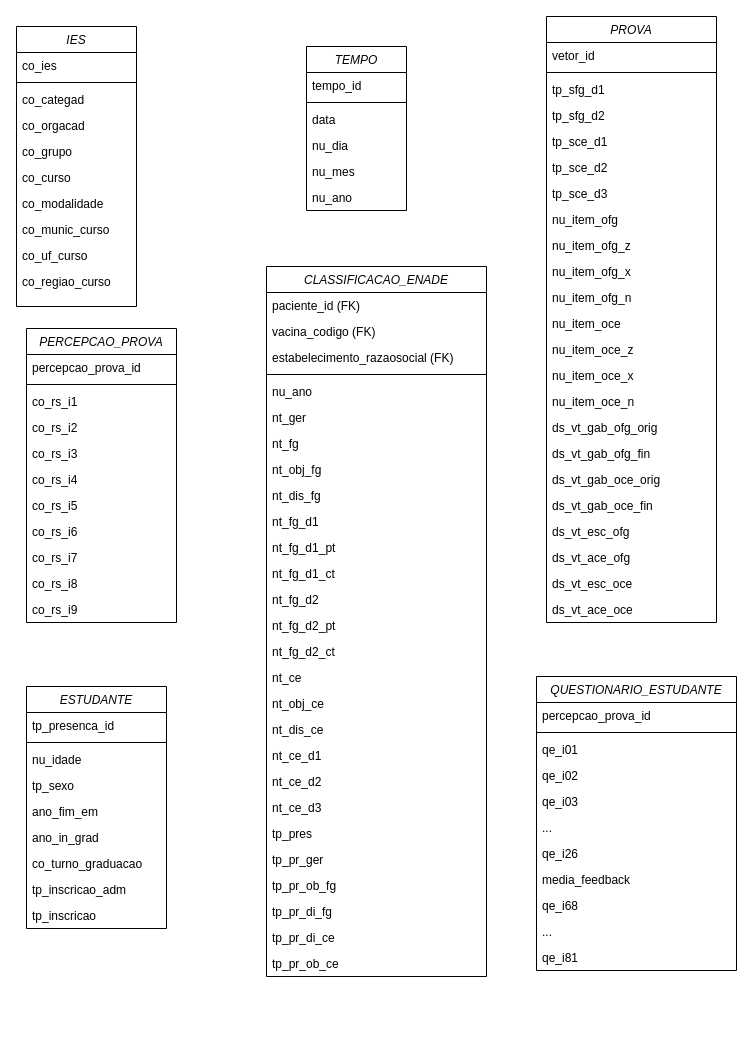
The draw.io diagram arthur_modelo_individual.drawio in troclaux/dw-trabalho-final-individual, before the edit. Source tidied: cells renumbered, new cells numbered last; positions are measured from the earlier drawing's top-left corner, leaving out a move shared by most shapes. Both pictures are drawn from the tidied source at 100%, with x=0, y=0 at pixel (16, 16).
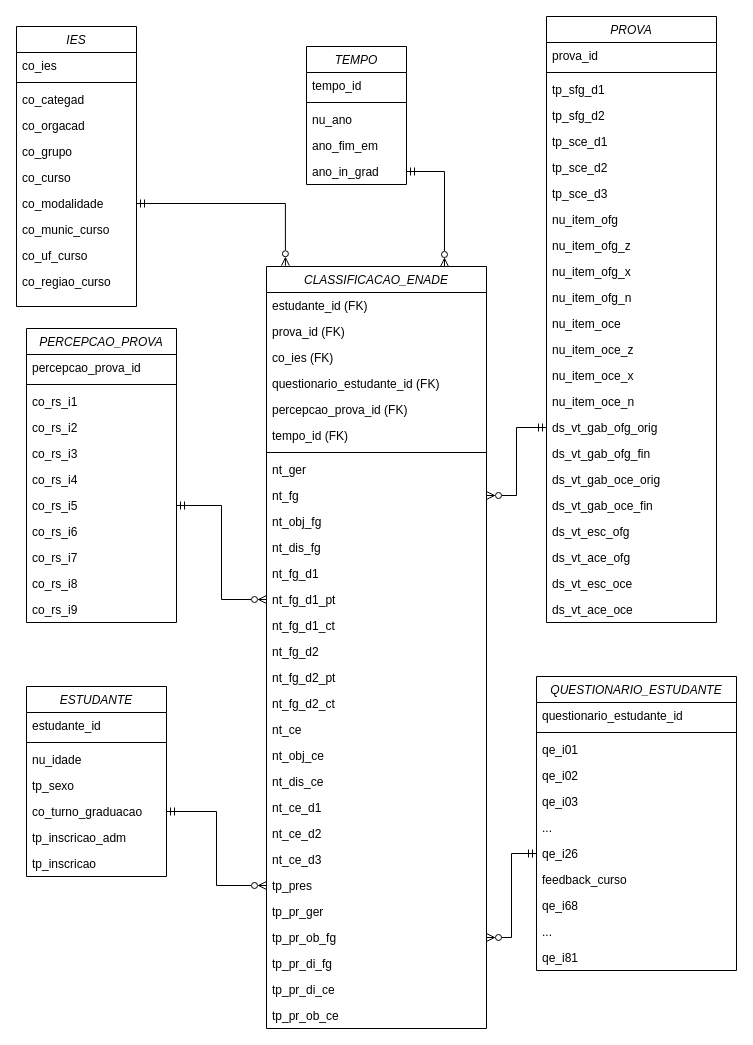
After the change.

Commit message:
completo tempo e conecta tabelas

Unchanged cells that the change refers to:
```xml
<mxCell id="9" value="co_modalidade" style="text;align=left;verticalAlign=top;spacingLeft=4;spacingRight=4;overflow=hidden;points=[[0,0.5],[1,0.5]];portConstraint=eastwest;" parent="2" vertex="1">
  <mxGeometry y="164" width="120" height="26" as="geometry" />
</mxCell>
<mxCell id="41" value="PROVA" style="swimlane;fontStyle=2;align=center;verticalAlign=top;horizontal=1;startSize=26;rounded=0;shadow=0;strokeWidth=1;" parent="1" vertex="1">
  <mxGeometry x="530" width="170" height="606" as="geometry" />
</mxCell>
<mxCell id="57" value="ds_vt_gab_ofg_orig" style="text;align=left;verticalAlign=top;spacingLeft=4;spacingRight=4;overflow=hidden;points=[[0,0.5],[1,0.5]];portConstraint=eastwest;" parent="41" vertex="1">
  <mxGeometry y="398" width="170" height="26" as="geometry" />
</mxCell>
<mxCell id="72" value="co_rs_i5" style="text;align=left;verticalAlign=top;spacingLeft=4;spacingRight=4;overflow=hidden;points=[[0,0.5],[1,0.5]];portConstraint=eastwest;" parent="65" vertex="1">
  <mxGeometry y="164" width="150" height="26" as="geometry" />
</mxCell>
<mxCell id="87" value="QUESTIONARIO_ESTUDANTE" style="swimlane;fontStyle=2;align=center;verticalAlign=top;horizontal=1;startSize=26;rounded=0;shadow=0;strokeWidth=1;" parent="1" vertex="1">
  <mxGeometry x="520" y="660" width="200" height="294" as="geometry" />
</mxCell>
<mxCell id="94" value="qe_i26" style="text;align=left;verticalAlign=top;spacingLeft=4;spacingRight=4;overflow=hidden;points=[[0,0.5],[1,0.5]];portConstraint=eastwest;" parent="87" vertex="1">
  <mxGeometry y="164" width="200" height="26" as="geometry" />
</mxCell>
```

What changed in the source:
```diff
@@
     <mxCell id="13" value="CLASSIFICACAO_ENADE" style="swimlane;fontStyle=2;align=center;verticalAlign=top;horizontal=1;startSize=26;rounded=0;shadow=0;strokeWidth=1;" parent="1" vertex="1">
-      <mxGeometry x="250" y="250" width="220" height="710" as="geometry" />
+      <mxGeometry x="250" y="250" width="220" height="762" as="geometry" />
     </mxCell>
+    <mxCell id="106" value="estudante_id (FK)" style="text;align=left;verticalAlign=top;spacingLeft=4;spacingRight=4;overflow=hidden;rounded=0;shadow=0;html=0;" parent="13" vertex="1">
+      <mxGeometry y="26" width="220" height="26" as="geometry" />
+    </mxCell>
+    <mxCell id="16" value="prova_id (FK)" style="text;align=left;verticalAlign=top;spacingLeft=4;spacingRight=4;overflow=hidden;rounded=0;shadow=0;html=0;" parent="13" vertex="1">
+      <mxGeometry y="52" width="220" height="26" as="geometry" />
+    </mxCell>
-    <mxCell id="14" value="paciente_id (FK)" style="text;align=left;verticalAlign=top;spacingLeft=4;spacingRight=4;overflow=hidden;" parent="13" vertex="1">
-      <mxGeometry y="26" width="220" height="26" as="geometry" />
+    <mxCell id="14" value="co_ies (FK)" style="text;align=left;verticalAlign=top;spacingLeft=4;spacingRight=4;overflow=hidden;" parent="13" vertex="1">
+      <mxGeometry y="78" width="220" height="26" as="geometry" />
     </mxCell>
+    <mxCell id="107" value="questionario_estudante_id (FK)" style="text;align=left;verticalAlign=top;spacingLeft=4;spacingRight=4;overflow=hidden;rounded=0;shadow=0;html=0;" parent="13" vertex="1">
+      <mxGeometry y="104" width="220" height="26" as="geometry" />
+    </mxCell>
+    <mxCell id="108" value="percepcao_prova_id (FK)" style="text;align=left;verticalAlign=top;spacingLeft=4;spacingRight=4;overflow=hidden;rounded=0;shadow=0;html=0;" parent="13" vertex="1">
+      <mxGeometry y="130" width="220" height="26" as="geometry" />
+    </mxCell>
-    <mxCell id="15" value="vacina_codigo (FK)" style="text;align=left;verticalAlign=top;spacingLeft=4;spacingRight=4;overflow=hidden;rounded=0;shadow=0;html=0;" parent="13" vertex="1">
-      <mxGeometry y="52" width="220" height="26" as="geometry" />
+    <mxCell id="15" value="tempo_id (FK)" style="text;align=left;verticalAlign=top;spacingLeft=4;spacingRight=4;overflow=hidden;rounded=0;shadow=0;html=0;" parent="13" vertex="1">
+      <mxGeometry y="156" width="220" height="26" as="geometry" />
     </mxCell>
-    <mxCell id="16" value="estabelecimento_razaosocial (FK)" style="text;align=left;verticalAlign=top;spacingLeft=4;spacingRight=4;overflow=hidden;rounded=0;shadow=0;html=0;" parent="13" vertex="1">
-      <mxGeometry y="78" width="220" height="26" as="geometry" />
-    </mxCell>
     <mxCell id="17" style="line;html=1;strokeWidth=1;align=left;verticalAlign=middle;spacingTop=-1;spacingLeft=3;spacingRight=3;labelPosition=right;" parent="13" vertex="1">
-      <mxGeometry y="104" width="220" height="8" as="geometry" />
+      <mxGeometry y="182" width="220" height="8" as="geometry" />
     </mxCell>
-    <mxCell id="18" value="nu_ano" style="text;align=left;verticalAlign=top;spacingLeft=4;spacingRight=4;overflow=hidden;" parent="13" vertex="1">
-      <mxGeometry y="112" width="220" height="26" as="geometry" />
-    </mxCell>
     <mxCell id="19" value="nt_ger" style="text;align=left;verticalAlign=top;spacingLeft=4;spacingRight=4;overflow=hidden;" parent="13" vertex="1">
-      <mxGeometry y="138" width="220" height="26" as="geometry" />
+      <mxGeometry y="190" width="220" height="26" as="geometry" />
     </mxCell>
     <mxCell id="20" value="nt_fg" style="text;align=left;verticalAlign=top;spacingLeft=4;spacingRight=4;overflow=hidden;points=[[0,0.5],[1,0.5]];portConstraint=eastwest;" parent="13" vertex="1">
-      <mxGeometry y="164" width="220" height="26" as="geometry" />
+      <mxGeometry y="216" width="220" height="26" as="geometry" />
     </mxCell>
     <mxCell id="21" value="nt_obj_fg" style="text;align=left;verticalAlign=top;spacingLeft=4;spacingRight=4;overflow=hidden;" parent="13" vertex="1">
-      <mxGeometry y="190" width="220" height="26" as="geometry" />
+      <mxGeometry y="242" width="220" height="26" as="geometry" />
     </mxCell>
     <mxCell id="22" value="nt_dis_fg" style="text;align=left;verticalAlign=top;spacingLeft=4;spacingRight=4;overflow=hidden;" parent="13" vertex="1">
-      <mxGeometry y="216" width="220" height="26" as="geometry" />
+      <mxGeometry y="268" width="220" height="26" as="geometry" />
     </mxCell>
     <mxCell id="23" value="nt_fg_d1" style="text;align=left;verticalAlign=top;spacingLeft=4;spacingRight=4;overflow=hidden;" parent="13" vertex="1">
-      <mxGeometry y="242" width="220" height="26" as="geometry" />
+      <mxGeometry y="294" width="220" height="26" as="geometry" />
     </mxCell>
     <mxCell id="24" value="nt_fg_d1_pt" style="text;align=left;verticalAlign=top;spacingLeft=4;spacingRight=4;overflow=hidden;points=[[0,0.5],[1,0.5]];portConstraint=eastwest;" parent="13" vertex="1">
-      <mxGeometry y="268" width="220" height="26" as="geometry" />
+      <mxGeometry y="320" width="220" height="26" as="geometry" />
     </mxCell>
     <mxCell id="25" value="nt_fg_d1_ct" style="text;align=left;verticalAlign=top;spacingLeft=4;spacingRight=4;overflow=hidden;" parent="13" vertex="1">
-      <mxGeometry y="294" width="220" height="26" as="geometry" />
+      <mxGeometry y="346" width="220" height="26" as="geometry" />
     </mxCell>
     <mxCell id="26" value="nt_fg_d2" style="text;align=left;verticalAlign=top;spacingLeft=4;spacingRight=4;overflow=hidden;" parent="13" vertex="1">
-      <mxGeometry y="320" width="220" height="26" as="geometry" />
+      <mxGeometry y="372" width="220" height="26" as="geometry" />
     </mxCell>
     <mxCell id="27" value="nt_fg_d2_pt" style="text;align=left;verticalAlign=top;spacingLeft=4;spacingRight=4;overflow=hidden;" parent="13" vertex="1">
-      <mxGeometry y="346" width="220" height="26" as="geometry" />
+      <mxGeometry y="398" width="220" height="26" as="geometry" />
     </mxCell>
     <mxCell id="28" value="nt_fg_d2_ct" style="text;align=left;verticalAlign=top;spacingLeft=4;spacingRight=4;overflow=hidden;" parent="13" vertex="1">
-      <mxGeometry y="372" width="220" height="26" as="geometry" />
+      <mxGeometry y="424" width="220" height="26" as="geometry" />
     </mxCell>
     <mxCell id="29" value="nt_ce" style="text;align=left;verticalAlign=top;spacingLeft=4;spacingRight=4;overflow=hidden;" parent="13" vertex="1">
-      <mxGeometry y="398" width="220" height="26" as="geometry" />
+      <mxGeometry y="450" width="220" height="26" as="geometry" />
     </mxCell>
     <mxCell id="30" value="nt_obj_ce" style="text;align=left;verticalAlign=top;spacingLeft=4;spacingRight=4;overflow=hidden;" parent="13" vertex="1">
-      <mxGeometry y="424" width="220" height="26" as="geometry" />
+      <mxGeometry y="476" width="220" height="26" as="geometry" />
     </mxCell>
     <mxCell id="31" value="nt_dis_ce" style="text;align=left;verticalAlign=top;spacingLeft=4;spacingRight=4;overflow=hidden;" parent="13" vertex="1">
-      <mxGeometry y="450" width="220" height="26" as="geometry" />
+      <mxGeometry y="502" width="220" height="26" as="geometry" />
     </mxCell>
     <mxCell id="32" value="nt_ce_d1" style="text;align=left;verticalAlign=top;spacingLeft=4;spacingRight=4;overflow=hidden;" parent="13" vertex="1">
-      <mxGeometry y="476" width="220" height="26" as="geometry" />
+      <mxGeometry y="528" width="220" height="26" as="geometry" />
     </mxCell>
     <mxCell id="33" value="nt_ce_d2" style="text;align=left;verticalAlign=top;spacingLeft=4;spacingRight=4;overflow=hidden;" parent="13" vertex="1">
-      <mxGeometry y="502" width="220" height="26" as="geometry" />
+      <mxGeometry y="554" width="220" height="26" as="geometry" />
     </mxCell>
     <mxCell id="34" value="nt_ce_d3" style="text;align=left;verticalAlign=top;spacingLeft=4;spacingRight=4;overflow=hidden;" parent="13" vertex="1">
-      <mxGeometry y="528" width="220" height="26" as="geometry" />
+      <mxGeometry y="580" width="220" height="26" as="geometry" />
     </mxCell>
     <mxCell id="35" value="tp_pres" style="text;align=left;verticalAlign=top;spacingLeft=4;spacingRight=4;overflow=hidden;points=[[0,0.5],[1,0.5]];portConstraint=eastwest;" parent="13" vertex="1">
-      <mxGeometry y="554" width="220" height="26" as="geometry" />
+      <mxGeometry y="606" width="220" height="26" as="geometry" />
     </mxCell>
     <mxCell id="36" value="tp_pr_ger" style="text;align=left;verticalAlign=top;spacingLeft=4;spacingRight=4;overflow=hidden;" parent="13" vertex="1">
-      <mxGeometry y="580" width="220" height="26" as="geometry" />
+      <mxGeometry y="632" width="220" height="26" as="geometry" />
     </mxCell>
     <mxCell id="37" value="tp_pr_ob_fg" style="text;align=left;verticalAlign=top;spacingLeft=4;spacingRight=4;overflow=hidden;points=[[0,0.5],[1,0.5]];portConstraint=eastwest;" parent="13" vertex="1">
-      <mxGeometry y="606" width="220" height="26" as="geometry" />
+      <mxGeometry y="658" width="220" height="26" as="geometry" />
     </mxCell>
     <mxCell id="38" value="tp_pr_di_fg" style="text;align=left;verticalAlign=top;spacingLeft=4;spacingRight=4;overflow=hidden;" parent="13" vertex="1">
-      <mxGeometry y="632" width="220" height="26" as="geometry" />
+      <mxGeometry y="684" width="220" height="26" as="geometry" />
     </mxCell>
     <mxCell id="39" value="tp_pr_di_ce" style="text;align=left;verticalAlign=top;spacingLeft=4;spacingRight=4;overflow=hidden;" parent="13" vertex="1">
-      <mxGeometry y="658" width="220" height="26" as="geometry" />
+      <mxGeometry y="710" width="220" height="26" as="geometry" />
     </mxCell>
     <mxCell id="40" value="tp_pr_ob_ce" style="text;align=left;verticalAlign=top;spacingLeft=4;spacingRight=4;overflow=hidden;" parent="13" vertex="1">
-      <mxGeometry y="684" width="220" height="26" as="geometry" />
+      <mxGeometry y="736" width="220" height="26" as="geometry" />
     </mxCell>
@@
-    <mxCell id="42" value="vetor_id" style="text;align=left;verticalAlign=top;spacingLeft=4;spacingRight=4;overflow=hidden;" parent="41" vertex="1">
+    <mxCell id="42" value="prova_id" style="text;align=left;verticalAlign=top;spacingLeft=4;spacingRight=4;overflow=hidden;" parent="41" vertex="1">
       <mxGeometry y="26" width="170" height="26" as="geometry" />
     </mxCell>
@@
     <mxCell id="77" value="ESTUDANTE" style="swimlane;fontStyle=2;align=center;verticalAlign=top;horizontal=1;startSize=26;rounded=0;shadow=0;strokeWidth=1;" parent="1" vertex="1">
-      <mxGeometry x="10" y="670" width="140" height="242" as="geometry" />
+      <mxGeometry x="10" y="670" width="140" height="190" as="geometry" />
     </mxCell>
-    <mxCell id="78" value="tp_presenca_id" style="text;align=left;verticalAlign=top;spacingLeft=4;spacingRight=4;overflow=hidden;" parent="77" vertex="1">
+    <mxCell id="78" value="estudante_id" style="text;align=left;verticalAlign=top;spacingLeft=4;spacingRight=4;overflow=hidden;" parent="77" vertex="1">
       <mxGeometry y="26" width="140" height="26" as="geometry" />
     </mxCell>
@@
-    <mxCell id="82" value="ano_fim_em" style="text;align=left;verticalAlign=top;spacingLeft=4;spacingRight=4;overflow=hidden;" parent="77" vertex="1">
-      <mxGeometry y="112" width="140" height="26" as="geometry" />
-    </mxCell>
-    <mxCell id="83" value="ano_in_grad" style="text;align=left;verticalAlign=top;spacingLeft=4;spacingRight=4;overflow=hidden;points=[[0,0.5],[1,0.5]];portConstraint=eastwest;" parent="77" vertex="1">
-      <mxGeometry y="138" width="140" height="26" as="geometry" />
-    </mxCell>
     <mxCell id="84" value="co_turno_graduacao" style="text;align=left;verticalAlign=top;spacingLeft=4;spacingRight=4;overflow=hidden;points=[[0,0.5],[1,0.5]];portConstraint=eastwest;" parent="77" vertex="1">
-      <mxGeometry y="164" width="140" height="26" as="geometry" />
+      <mxGeometry y="112" width="140" height="26" as="geometry" />
     </mxCell>
     <mxCell id="85" value="tp_inscricao_adm" style="text;align=left;verticalAlign=top;spacingLeft=4;spacingRight=4;overflow=hidden;" parent="77" vertex="1">
-      <mxGeometry y="190" width="140" height="26" as="geometry" />
+      <mxGeometry y="138" width="140" height="26" as="geometry" />
     </mxCell>
     <mxCell id="86" value="tp_inscricao" style="text;align=left;verticalAlign=top;spacingLeft=4;spacingRight=4;overflow=hidden;" parent="77" vertex="1">
-      <mxGeometry y="216" width="140" height="26" as="geometry" />
+      <mxGeometry y="164" width="140" height="26" as="geometry" />
     </mxCell>
@@
-    <mxCell id="88" value="percepcao_prova_id" style="text;align=left;verticalAlign=top;spacingLeft=4;spacingRight=4;overflow=hidden;" parent="87" vertex="1">
+    <mxCell id="88" value="questionario_estudante_id" style="text;align=left;verticalAlign=top;spacingLeft=4;spacingRight=4;overflow=hidden;" parent="87" vertex="1">
       <mxGeometry y="26" width="200" height="26" as="geometry" />
     </mxCell>
@@
-    <mxCell id="95" value="media_feedback" style="text;align=left;verticalAlign=top;spacingLeft=4;spacingRight=4;overflow=hidden;" parent="87" vertex="1">
+    <mxCell id="95" value="feedback_curso" style="text;align=left;verticalAlign=top;spacingLeft=4;spacingRight=4;overflow=hidden;" parent="87" vertex="1">
       <mxGeometry y="190" width="200" height="26" as="geometry" />
     </mxCell>
@@
     <mxCell id="99" value="TEMPO" style="swimlane;fontStyle=2;align=center;verticalAlign=top;horizontal=1;startSize=26;rounded=0;shadow=0;strokeWidth=1;" parent="1" vertex="1">
-      <mxGeometry x="290" y="30" width="100" height="164" as="geometry" />
+      <mxGeometry x="290" y="30" width="100" height="138" as="geometry" />
     </mxCell>
@@
-    <mxCell id="102" value="data" style="text;align=left;verticalAlign=top;spacingLeft=4;spacingRight=4;overflow=hidden;" parent="99" vertex="1">
-      <mxGeometry y="60" width="100" height="26" as="geometry" />
-    </mxCell>
-    <mxCell id="103" value="nu_dia" style="text;align=left;verticalAlign=top;spacingLeft=4;spacingRight=4;overflow=hidden;" parent="99" vertex="1">
-      <mxGeometry y="86" width="100" height="26" as="geometry" />
-    </mxCell>
-    <mxCell id="104" value="nu_mes" style="text;align=left;verticalAlign=top;spacingLeft=4;spacingRight=4;overflow=hidden;" parent="99" vertex="1">
-      <mxGeometry y="112" width="100" height="26" as="geometry" />
-    </mxCell>
-    <mxCell id="105" value="nu_ano" style="text;align=left;verticalAlign=top;spacingLeft=4;spacingRight=4;overflow=hidden;" parent="99" vertex="1">
-      <mxGeometry y="138" width="100" height="26" as="geometry" />
-    </mxCell>
+    <mxCell id="18" value="nu_ano" style="text;align=left;verticalAlign=top;spacingLeft=4;spacingRight=4;overflow=hidden;" parent="99" vertex="1">
+      <mxGeometry y="60" width="100" height="26" as="geometry" />
+    </mxCell>
+    <mxCell id="82" value="ano_fim_em" style="text;align=left;verticalAlign=top;spacingLeft=4;spacingRight=4;overflow=hidden;" parent="99" vertex="1">
+      <mxGeometry y="86" width="100" height="26" as="geometry" />
+    </mxCell>
+    <mxCell id="83" value="ano_in_grad" style="text;align=left;verticalAlign=top;spacingLeft=4;spacingRight=4;overflow=hidden;points=[[0,0.5],[1,0.5]];portConstraint=eastwest;" parent="99" vertex="1">
+      <mxGeometry y="112" width="100" height="26" as="geometry" />
+    </mxCell>
+    <mxCell id="109" style="edgeStyle=orthogonalEdgeStyle;rounded=0;jettySize=auto;html=1;exitX=1;exitY=0.5;exitDx=0;exitDy=0;entryX=0;entryY=0.5;entryDx=0;entryDy=0;endArrow=ERzeroToMany;endFill=0;startArrow=ERmandOne;startFill=0;" parent="1" edge="1" source="72" target="24">
+      <mxGeometry relative="1" as="geometry" />
+    </mxCell>
+    <mxCell id="110" style="edgeStyle=orthogonalEdgeStyle;rounded=0;jettySize=auto;html=1;exitX=1;exitY=0.5;exitDx=0;exitDy=0;startArrow=ERmandOne;startFill=0;endArrow=ERzeroToMany;endFill=0;entryX=0.086;entryY=-0.001;entryDx=0;entryDy=0;entryPerimeter=0;" parent="1" edge="1" source="9" target="13">
+      <mxGeometry relative="1" as="geometry" />
+    </mxCell>
+    <mxCell id="111" style="edgeStyle=orthogonalEdgeStyle;rounded=0;jettySize=auto;html=1;exitX=1;exitY=0.5;exitDx=0;exitDy=0;entryX=0.809;entryY=0;entryDx=0;entryDy=0;entryPerimeter=0;startArrow=ERmandOne;startFill=0;endArrow=ERzeroToMany;endFill=0;" parent="1" edge="1" source="83" target="13">
+      <mxGeometry relative="1" as="geometry" />
+    </mxCell>
+    <mxCell id="112" style="edgeStyle=orthogonalEdgeStyle;rounded=0;jettySize=auto;html=1;exitX=0;exitY=0.5;exitDx=0;exitDy=0;startArrow=ERmandOne;startFill=0;endArrow=ERzeroToMany;endFill=0;" parent="1" edge="1" source="57" target="20">
+      <mxGeometry relative="1" as="geometry" />
+    </mxCell>
+    <mxCell id="113" style="edgeStyle=orthogonalEdgeStyle;rounded=0;jettySize=auto;html=1;exitX=0;exitY=0.5;exitDx=0;exitDy=0;startArrow=ERmandOne;startFill=0;endArrow=ERzeroToMany;endFill=0;" parent="1" edge="1" source="94" target="37">
+      <mxGeometry relative="1" as="geometry" />
+    </mxCell>
+    <mxCell id="114" style="edgeStyle=orthogonalEdgeStyle;rounded=0;jettySize=auto;html=1;exitX=1;exitY=0.5;exitDx=0;exitDy=0;startArrow=ERmandOne;startFill=0;endArrow=ERzeroToMany;endFill=0;" parent="1" edge="1" source="84" target="35">
+      <mxGeometry relative="1" as="geometry" />
+    </mxCell>
```
